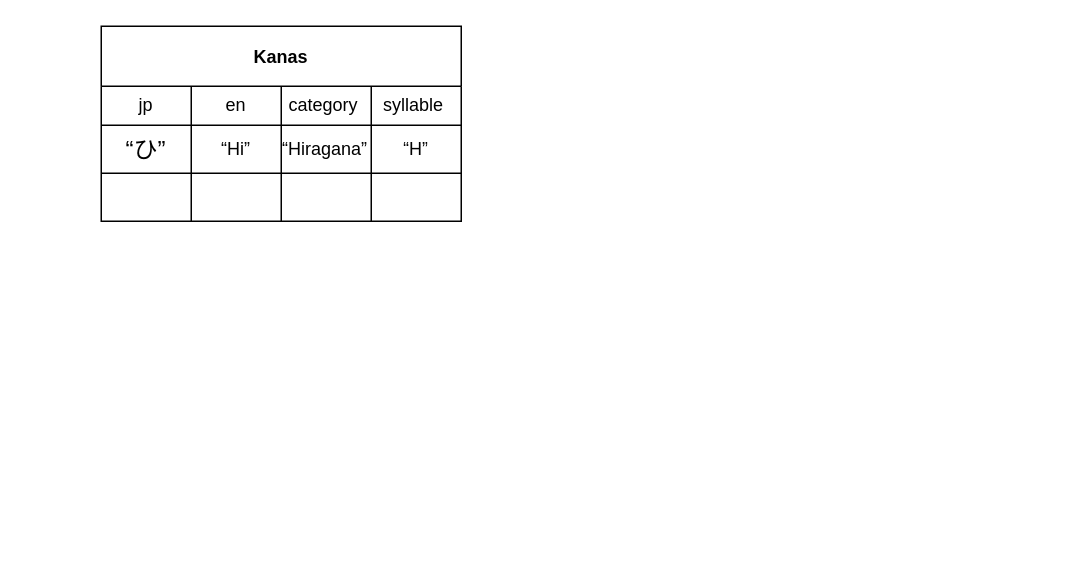
Earlier version of the draw.io diagram page "Database" (2 of 6) of Endless Kana Design v0.drawio (jdsmith104/endless-kana). Source tidied: cells renumbered, new cells numbered last; positions are measured from the earlier drawing's top-left corner, leaving out a move shared by most shapes. Both pictures are drawn from the tidied source at 150%, with x=0, y=0 at pixel (100, 26).
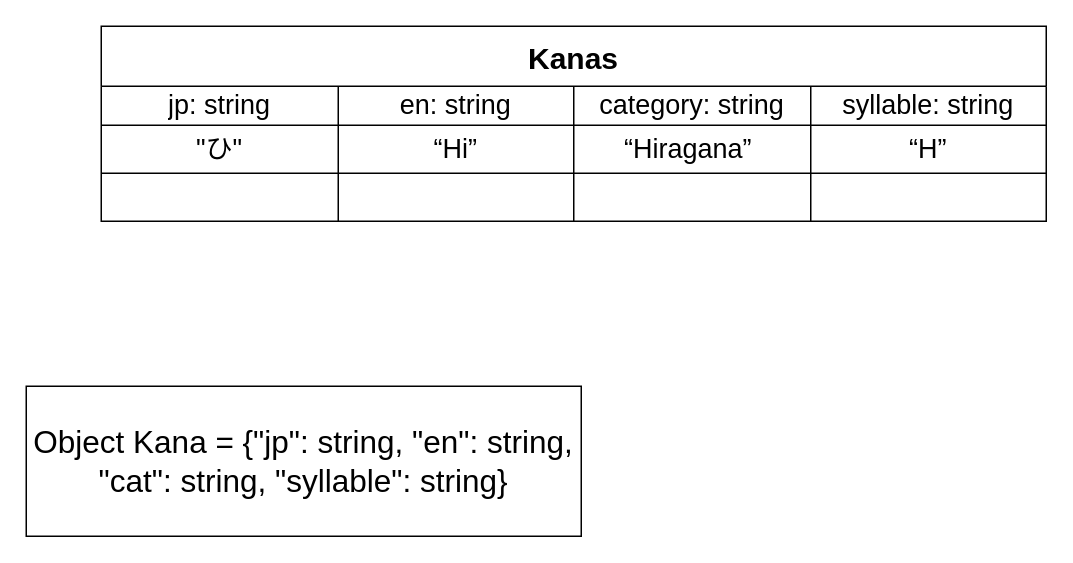
After the change.

The edit, as a diff of the source:
```diff
@@
 <mxGraphModel>
   <root>
     <mxCell id="0" />
     <mxCell id="1" parent="0" />
-    <mxCell id="2" value="Kanas" style="shape=table;startSize=40;childLayout=tableLayout;fontStyle=1;align=center;" parent="1" vertex="1">
-      <mxGeometry width="240" height="130" as="geometry" />
+    <mxCell id="2" value="Kanas" style="shape=table;startSize=40;childLayout=tableLayout;fontStyle=1;align=center;fontSize=20;" parent="1" vertex="1">
+      <mxGeometry width="630" height="130" as="geometry" />
     </mxCell>
-    <mxCell id="3" style="shape=tableRow;horizontal=0;startSize=0;swimlaneHead=0;swimlaneBody=0;top=0;left=0;bottom=0;right=0;fillColor=none;" parent="2" vertex="1">
-      <mxGeometry y="40" width="240" height="26" as="geometry" />
+    <mxCell id="3" style="shape=tableRow;horizontal=0;startSize=0;swimlaneHead=0;swimlaneBody=0;top=0;left=0;bottom=0;right=0;fillColor=none;fontSize=18;" parent="2" vertex="1">
+      <mxGeometry y="40" width="630" height="26" as="geometry" />
     </mxCell>
-    <mxCell id="4" value="jp" style="shape=partialRectangle;html=1;whiteSpace=wrap;fillColor=none;top=0;left=0;bottom=0;right=0;overflow=hidden;" parent="3" vertex="1">
-      <mxGeometry width="60" height="26" as="geometry" />
+    <mxCell id="4" value="jp: string" style="shape=partialRectangle;html=1;whiteSpace=wrap;fillColor=none;top=0;left=0;bottom=0;right=0;overflow=hidden;fontSize=18;" parent="3" vertex="1">
+      <mxGeometry width="158" height="26" as="geometry" />
     </mxCell>
-    <mxCell id="5" value="en" style="shape=partialRectangle;html=1;whiteSpace=wrap;fillColor=none;top=0;left=0;bottom=0;right=0;overflow=hidden;" parent="3" vertex="1">
-      <mxGeometry x="60" width="60" height="26" as="geometry" />
+    <mxCell id="5" value="en: string" style="shape=partialRectangle;html=1;whiteSpace=wrap;fillColor=none;top=0;left=0;bottom=0;right=0;overflow=hidden;fontSize=18;" parent="3" vertex="1">
+      <mxGeometry x="158" width="157" height="26" as="geometry" />
     </mxCell>
-    <mxCell id="6" value="category&amp;nbsp;" style="shape=partialRectangle;html=1;whiteSpace=wrap;fillColor=none;top=0;left=0;bottom=0;right=0;overflow=hidden;" parent="3" vertex="1">
-      <mxGeometry x="120" width="60" height="26" as="geometry" />
+    <mxCell id="6" value="category: string" style="shape=partialRectangle;html=1;whiteSpace=wrap;fillColor=none;top=0;left=0;bottom=0;right=0;overflow=hidden;fontSize=18;" parent="3" vertex="1">
+      <mxGeometry x="315" width="158" height="26" as="geometry" />
     </mxCell>
-    <mxCell id="7" value="syllable&amp;nbsp;" style="shape=partialRectangle;html=1;whiteSpace=wrap;fillColor=none;top=0;left=0;bottom=0;right=0;overflow=hidden;" parent="3" vertex="1">
-      <mxGeometry x="180" width="60" height="26" as="geometry" />
+    <mxCell id="7" value="syllable: string" style="shape=partialRectangle;html=1;whiteSpace=wrap;fillColor=none;top=0;left=0;bottom=0;right=0;overflow=hidden;fontSize=18;" parent="3" vertex="1">
+      <mxGeometry x="473" width="157" height="26" as="geometry" />
     </mxCell>
-    <mxCell id="8" style="shape=tableRow;horizontal=0;startSize=0;swimlaneHead=0;swimlaneBody=0;top=0;left=0;bottom=0;right=0;fillColor=none;" parent="2" vertex="1">
-      <mxGeometry y="66" width="240" height="32" as="geometry" />
+    <mxCell id="8" style="shape=tableRow;horizontal=0;startSize=0;swimlaneHead=0;swimlaneBody=0;top=0;left=0;bottom=0;right=0;fillColor=none;fontSize=18;" parent="2" vertex="1">
+      <mxGeometry y="66" width="630" height="32" as="geometry" />
     </mxCell>
-    <mxCell id="9" style="shape=partialRectangle;html=1;whiteSpace=wrap;fillColor=none;top=0;left=0;bottom=0;right=0;overflow=hidden;" parent="8" vertex="1">
-      <mxGeometry width="60" height="32" as="geometry" />
+    <mxCell id="9" value="&lt;font style=&quot;font-size: 18px;&quot;&gt;&lt;span class=&quot;s1&quot; style=&quot;font-size: 18px;&quot;&gt;&lt;font style=&quot;font-size: 18px;&quot;&gt;&quot;ひ&quot;&lt;/font&gt;&lt;/span&gt;&lt;/font&gt;" style="shape=partialRectangle;html=1;whiteSpace=wrap;fillColor=none;top=0;left=0;bottom=0;right=0;overflow=hidden;fontFamily=Helvetica;fontSize=18;" parent="8" vertex="1">
+      <mxGeometry width="158" height="32" as="geometry" />
     </mxCell>
-    <mxCell id="10" value="“Hi”" style="shape=partialRectangle;html=1;whiteSpace=wrap;fillColor=none;top=0;left=0;bottom=0;right=0;overflow=hidden;" parent="8" vertex="1">
-      <mxGeometry x="60" width="60" height="32" as="geometry" />
+    <mxCell id="10" value="“Hi”" style="shape=partialRectangle;html=1;whiteSpace=wrap;fillColor=none;top=0;left=0;bottom=0;right=0;overflow=hidden;fontSize=18;" parent="8" vertex="1">
+      <mxGeometry x="158" width="157" height="32" as="geometry" />
     </mxCell>
-    <mxCell id="11" value="“Hiragana”&amp;nbsp;" style="shape=partialRectangle;html=1;whiteSpace=wrap;fillColor=none;top=0;left=0;bottom=0;right=0;overflow=hidden;" parent="8" vertex="1">
-      <mxGeometry x="120" width="60" height="32" as="geometry" />
+    <mxCell id="11" value="“Hiragana”&amp;nbsp;" style="shape=partialRectangle;html=1;whiteSpace=wrap;fillColor=none;top=0;left=0;bottom=0;right=0;overflow=hidden;fontSize=18;" parent="8" vertex="1">
+      <mxGeometry x="315" width="158" height="32" as="geometry" />
     </mxCell>
-    <mxCell id="12" value="“H”" style="shape=partialRectangle;html=1;whiteSpace=wrap;fillColor=none;top=0;left=0;bottom=0;right=0;overflow=hidden;" parent="8" vertex="1">
-      <mxGeometry x="180" width="60" height="32" as="geometry" />
+    <mxCell id="12" value="“H”" style="shape=partialRectangle;html=1;whiteSpace=wrap;fillColor=none;top=0;left=0;bottom=0;right=0;overflow=hidden;fontSize=18;" parent="8" vertex="1">
+      <mxGeometry x="473" width="157" height="32" as="geometry" />
     </mxCell>
-    <mxCell id="13" style="shape=tableRow;horizontal=0;startSize=0;swimlaneHead=0;swimlaneBody=0;top=0;left=0;bottom=0;right=0;fillColor=none;" parent="2" vertex="1">
-      <mxGeometry y="98" width="240" height="32" as="geometry" />
+    <mxCell id="13" style="shape=tableRow;horizontal=0;startSize=0;swimlaneHead=0;swimlaneBody=0;top=0;left=0;bottom=0;right=0;fillColor=none;fontSize=18;" parent="2" vertex="1">
+      <mxGeometry y="98" width="630" height="32" as="geometry" />
     </mxCell>
-    <mxCell id="14" style="shape=partialRectangle;html=1;whiteSpace=wrap;fillColor=none;top=0;left=0;bottom=0;right=0;overflow=hidden;" parent="13" vertex="1">
-      <mxGeometry width="60" height="32" as="geometry" />
+    <mxCell id="14" style="shape=partialRectangle;html=1;whiteSpace=wrap;fillColor=none;top=0;left=0;bottom=0;right=0;overflow=hidden;fontSize=18;" parent="13" vertex="1">
+      <mxGeometry width="158" height="32" as="geometry" />
     </mxCell>
-    <mxCell id="15" style="shape=partialRectangle;html=1;whiteSpace=wrap;fillColor=none;top=0;left=0;bottom=0;right=0;overflow=hidden;" parent="13" vertex="1">
-      <mxGeometry x="60" width="60" height="32" as="geometry" />
+    <mxCell id="15" style="shape=partialRectangle;html=1;whiteSpace=wrap;fillColor=none;top=0;left=0;bottom=0;right=0;overflow=hidden;fontSize=18;" parent="13" vertex="1">
+      <mxGeometry x="158" width="157" height="32" as="geometry" />
     </mxCell>
-    <mxCell id="16" style="shape=partialRectangle;html=1;whiteSpace=wrap;fillColor=none;top=0;left=0;bottom=0;right=0;overflow=hidden;" parent="13" vertex="1">
-      <mxGeometry x="120" width="60" height="32" as="geometry" />
+    <mxCell id="16" style="shape=partialRectangle;html=1;whiteSpace=wrap;fillColor=none;top=0;left=0;bottom=0;right=0;overflow=hidden;fontSize=18;" parent="13" vertex="1">
+      <mxGeometry x="315" width="158" height="32" as="geometry" />
     </mxCell>
-    <mxCell id="17" style="shape=partialRectangle;html=1;whiteSpace=wrap;fillColor=none;top=0;left=0;bottom=0;right=0;overflow=hidden;" parent="13" vertex="1">
-      <mxGeometry x="180" width="60" height="32" as="geometry" />
+    <mxCell id="17" style="shape=partialRectangle;html=1;whiteSpace=wrap;fillColor=none;top=0;left=0;bottom=0;right=0;overflow=hidden;fontSize=18;" parent="13" vertex="1">
+      <mxGeometry x="473" width="157" height="32" as="geometry" />
     </mxCell>
-    <mxCell id="18" value="&lt;p style=&quot;margin: 0px; font-stretch: normal; line-height: normal; text-align: start; -webkit-text-size-adjust: auto; font-size: 16px;&quot; class=&quot;p1&quot;&gt;&lt;span class=&quot;s1&quot;&gt;&lt;font style=&quot;font-size: 16px;&quot;&gt;“ひ&lt;/font&gt;&lt;/span&gt;&lt;span style=&quot;&quot; class=&quot;s1&quot;&gt;”&lt;/span&gt;&lt;/p&gt;" style="text;html=1;strokeColor=none;fillColor=none;align=center;verticalAlign=middle;whiteSpace=wrap;rounded=0;" parent="1" vertex="1">
-      <mxGeometry y="70" width="60" height="20" as="geometry" />
-    </mxCell>
+    <mxCell id="19" value="Object Kana = {&quot;jp&quot;: string, &quot;en&quot;: string, &quot;cat&quot;: string, &quot;syllable&quot;: string}" style="rounded=0;whiteSpace=wrap;html=1;fontFamily=Helvetica;fontSize=21;" parent="1" vertex="1">
+      <mxGeometry x="-50" y="240" width="370" height="100" as="geometry" />
+    </mxCell>
   </root>
 </mxGraphModel>
```
